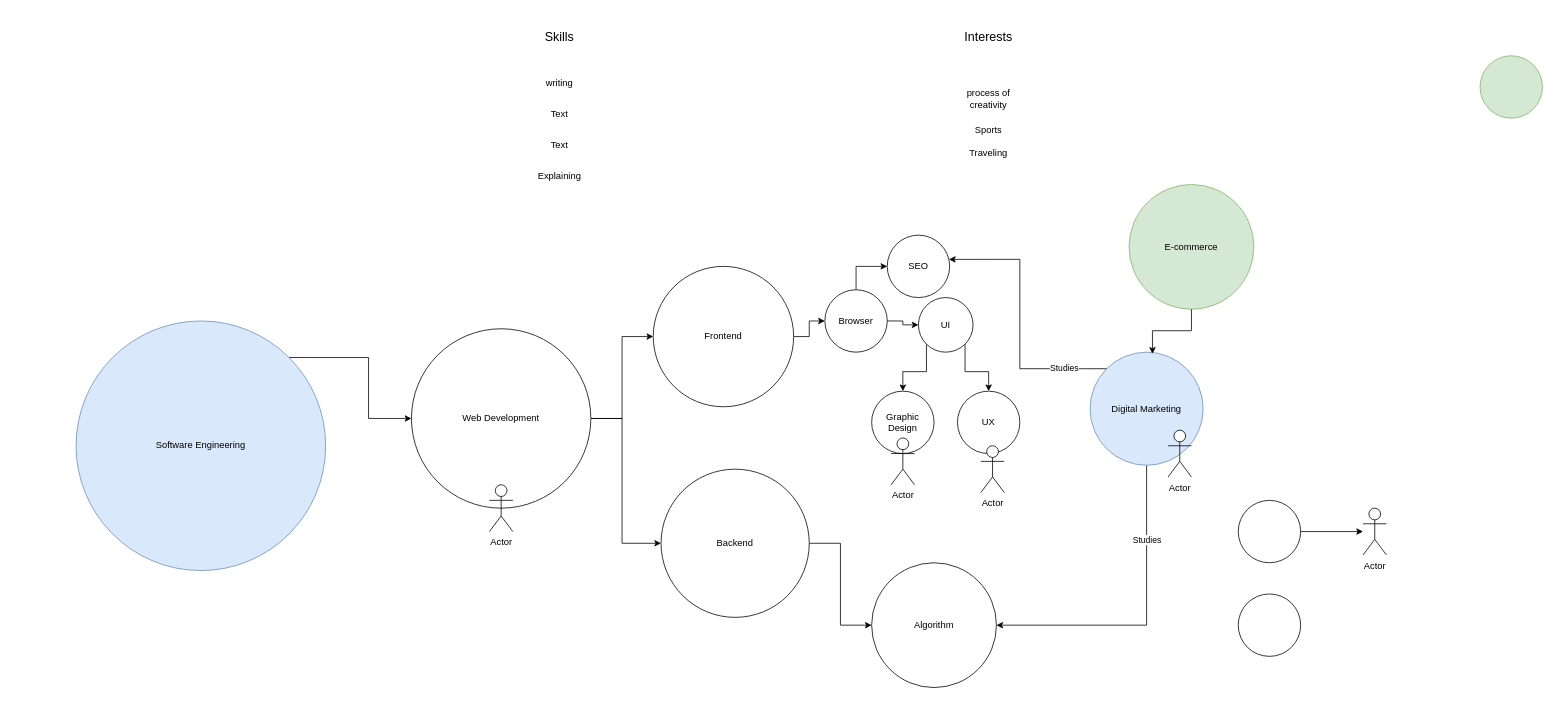
This is Career.drawio from Daimyo-Sama/qwerty, a draw.io file, before an edit. Source tidied: cells renumbered, new cells numbered last; positions are measured from the earlier drawing's top-left corner, leaving out a move shared by most shapes. Both pictures are drawn from the tidied source at 78%, with x=0, y=0 at pixel (76, 24).
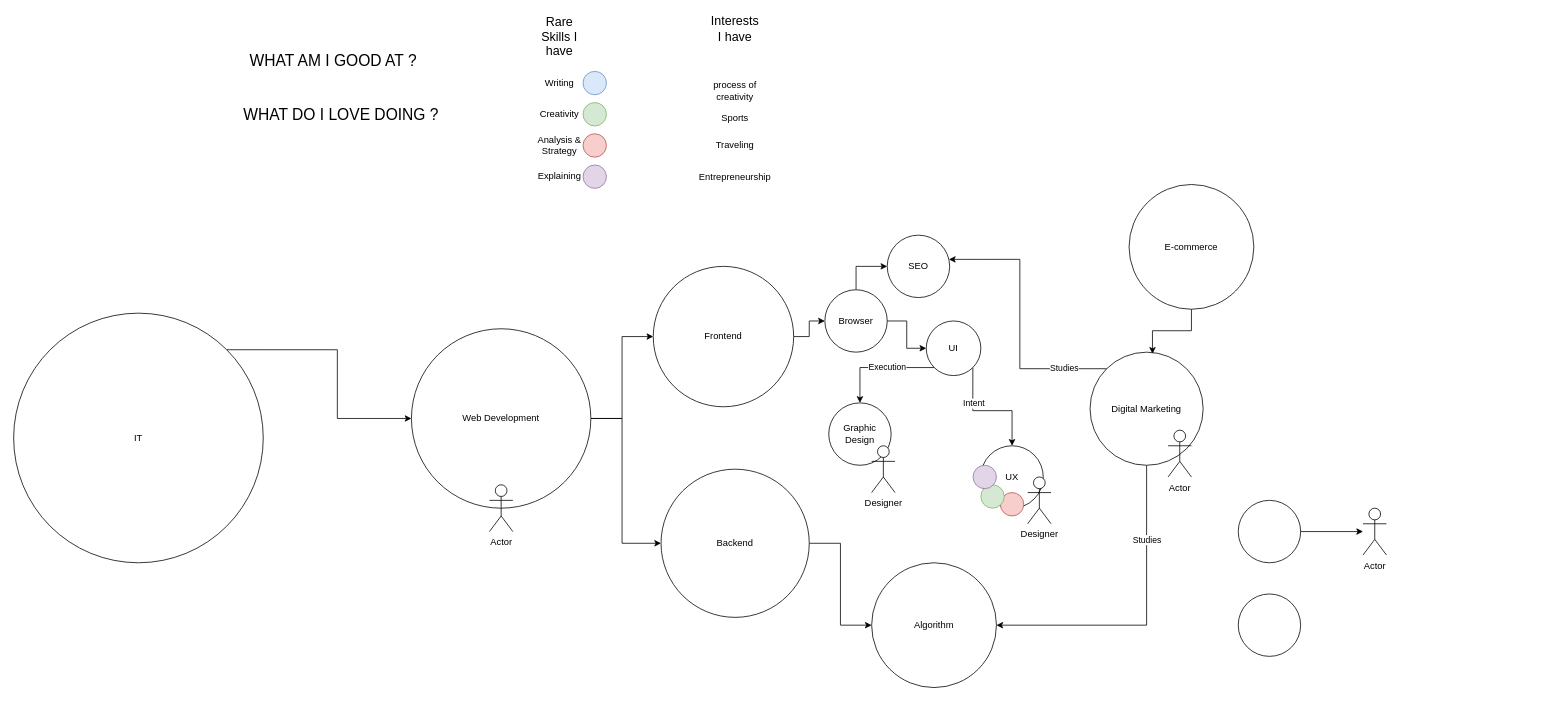
The same diagram, later.

Unchanged cells that the change refers to:
```xml
<mxCell id="23" style="edgeStyle=orthogonalEdgeStyle;rounded=0;jettySize=auto;html=1;exitX=0;exitY=1;exitDx=0;exitDy=0;entryX=0.5;entryY=0;entryDx=0;entryDy=0;" parent="1" edge="1" source="25" target="13">
  <mxGeometry relative="1" as="geometry" />
</mxCell>
<mxCell id="24" style="edgeStyle=orthogonalEdgeStyle;rounded=0;jettySize=auto;html=1;exitX=1;exitY=1;exitDx=0;exitDy=0;entryX=0.5;entryY=0;entryDx=0;entryDy=0;" parent="1" edge="1" source="25" target="7">
  <mxGeometry relative="1" as="geometry" />
</mxCell>
```

What changed in the source:
```diff
@@
-    <mxCell id="2" value="&lt;font style=&quot;font-size: 16px;&quot;&gt;Skills&lt;/font&gt;" style="text;html=1;align=center;verticalAlign=middle;whiteSpace=wrap;rounded=0;" parent="1" vertex="1">
+    <mxCell id="2" value="&lt;font style=&quot;font-size: 16px;&quot;&gt;Rare Skills I have&lt;/font&gt;" style="text;html=1;align=center;verticalAlign=middle;whiteSpace=wrap;rounded=0;" parent="1" vertex="1">
       <mxGeometry x="590" width="60" height="30" as="geometry" />
     </mxCell>
-    <mxCell id="3" value="&lt;font style=&quot;font-size: 16px;&quot;&gt;Interests&lt;/font&gt;" style="text;html=1;align=center;verticalAlign=middle;whiteSpace=wrap;rounded=0;" parent="1" vertex="1">
-      <mxGeometry x="1140" width="60" height="30" as="geometry" />
+    <mxCell id="3" value="&lt;font style=&quot;font-size: 16px;&quot;&gt;Interests I have&lt;/font&gt;" style="text;html=1;align=center;verticalAlign=middle;whiteSpace=wrap;rounded=0;" parent="1" vertex="1">
+      <mxGeometry x="815" y="-10" width="60" height="30" as="geometry" />
     </mxCell>
@@
-    <mxCell id="6" value="Digital Marketing" style="ellipse;whiteSpace=wrap;html=1;fillColor=#dae8fc;strokeColor=#6c8ebf;" parent="1" vertex="1">
+    <mxCell id="6" value="Digital Marketing" style="ellipse;whiteSpace=wrap;html=1;fillColor=#FFFFFF;strokeColor=#000000;" parent="1" vertex="1">
       <mxGeometry x="1300" y="420" width="145" height="145" as="geometry" />
     </mxCell>
     <mxCell id="7" value="UX" style="ellipse;whiteSpace=wrap;html=1;" parent="1" vertex="1">
-      <mxGeometry x="1130" y="470" width="80" height="80" as="geometry" />
+      <mxGeometry x="1160" y="540" width="80" height="80" as="geometry" />
     </mxCell>
@@
-    <mxCell id="10" value="E-commerce" style="ellipse;whiteSpace=wrap;html=1;fillColor=#d5e8d4;strokeColor=#82b366;" parent="1" vertex="1">
+    <mxCell id="10" value="E-commerce" style="ellipse;whiteSpace=wrap;html=1;fillColor=#FFFFFF;strokeColor=#000000;" parent="1" vertex="1">
       <mxGeometry x="1350" y="205" width="160" height="160" as="geometry" />
     </mxCell>
@@
     <mxCell id="13" value="Graphic Design" style="ellipse;whiteSpace=wrap;html=1;" parent="1" vertex="1">
-      <mxGeometry x="1020" y="470" width="80" height="80" as="geometry" />
+      <mxGeometry x="965" y="485" width="80" height="80" as="geometry" />
     </mxCell>
@@
-    <mxCell id="15" value="Text" style="text;html=1;align=center;verticalAlign=middle;whiteSpace=wrap;rounded=0;" parent="1" vertex="1">
-      <mxGeometry x="590" y="140" width="60" height="30" as="geometry" />
+    <mxCell id="15" value="Analysis &amp;amp; Strategy" style="text;html=1;align=center;verticalAlign=middle;whiteSpace=wrap;rounded=0;" parent="1" vertex="1">
+      <mxGeometry x="570" y="140" width="100" height="30" as="geometry" />
     </mxCell>
     <mxCell id="16" value="Sports" style="text;html=1;align=center;verticalAlign=middle;whiteSpace=wrap;rounded=0;" parent="1" vertex="1">
-      <mxGeometry x="1140" y="120" width="60" height="30" as="geometry" />
+      <mxGeometry x="815" y="110" width="60" height="20" as="geometry" />
     </mxCell>
-    <mxCell id="17" value="Text" style="text;html=1;align=center;verticalAlign=middle;whiteSpace=wrap;rounded=0;" parent="1" vertex="1">
+    <mxCell id="17" value="Creativity" style="text;html=1;align=center;verticalAlign=middle;whiteSpace=wrap;rounded=0;" parent="1" vertex="1">
       <mxGeometry x="590" y="100" width="60" height="30" as="geometry" />
     </mxCell>
-    <mxCell id="18" value="writing" style="text;html=1;align=center;verticalAlign=middle;whiteSpace=wrap;rounded=0;" parent="1" vertex="1">
+    <mxCell id="18" value="Writing" style="text;html=1;align=center;verticalAlign=middle;whiteSpace=wrap;rounded=0;" parent="1" vertex="1">
       <mxGeometry x="590" y="60" width="60" height="30" as="geometry" />
     </mxCell>
     <mxCell id="19" value="Traveling" style="text;html=1;align=center;verticalAlign=middle;whiteSpace=wrap;rounded=0;" parent="1" vertex="1">
-      <mxGeometry x="1140" y="150" width="60" height="30" as="geometry" />
+      <mxGeometry x="815" y="140" width="60" height="30" as="geometry" />
     </mxCell>
     <mxCell id="20" value="process of creativity" style="text;html=1;align=center;verticalAlign=middle;whiteSpace=wrap;rounded=0;" parent="1" vertex="1">
-      <mxGeometry x="1140" y="80" width="60" height="30" as="geometry" />
+      <mxGeometry x="815" y="70" width="60" height="30" as="geometry" />
     </mxCell>
@@
-    <mxCell id="22" value="Software Engineering" style="ellipse;whiteSpace=wrap;html=1;fillColor=#dae8fc;strokeColor=#6c8ebf;" parent="1" vertex="1">
-      <mxGeometry y="380" width="320" height="320" as="geometry" />
+    <mxCell id="22" value="IT" style="ellipse;whiteSpace=wrap;html=1;fillColor=#FFFFFF;strokeColor=#000000;" parent="1" vertex="1">
+      <mxGeometry x="-80" y="370" width="320" height="320" as="geometry" />
     </mxCell>
@@
+    <mxCell id="46" value="Execution" style="edgeLabel;html=1;align=center;verticalAlign=middle;" parent="23" vertex="1">
+      <mxGeometry x="-0.13" y="-1" relative="1" as="geometry" />
+    </mxCell>
@@
+    <mxCell id="47" value="Intent" style="edgeLabel;html=1;align=center;verticalAlign=middle;" parent="24" vertex="1">
+      <mxGeometry x="-0.39" y="1" relative="1" as="geometry" />
+    </mxCell>
     <mxCell id="25" value="UI" style="ellipse;whiteSpace=wrap;html=1;" parent="1" vertex="1">
-      <mxGeometry x="1080" y="350" width="70" height="70" as="geometry" />
+      <mxGeometry x="1090" y="380" width="70" height="70" as="geometry" />
     </mxCell>
@@
-    <mxCell id="37" style="ellipse;whiteSpace=wrap;html=1;fillColor=#d5e8d4;strokeColor=#82b366;" parent="1" vertex="1">
-      <mxGeometry x="1800" y="40" width="80" height="80" as="geometry" />
-    </mxCell>
@@
-    <mxCell id="43" value="Actor" style="shape=umlActor;verticalLabelPosition=bottom;verticalAlign=top;html=1;" parent="1" vertex="1">
-      <mxGeometry x="1160" y="540" width="30" height="60" as="geometry" />
+    <mxCell id="43" value="Designer" style="shape=umlActor;verticalLabelPosition=bottom;verticalAlign=top;html=1;" parent="1" vertex="1">
+      <mxGeometry x="1220" y="580" width="30" height="60" as="geometry" />
     </mxCell>
-    <mxCell id="44" value="Actor" style="shape=umlActor;verticalLabelPosition=bottom;verticalAlign=top;html=1;" parent="1" vertex="1">
-      <mxGeometry x="1045" y="530" width="30" height="60" as="geometry" />
+    <mxCell id="44" value="Designer" style="shape=umlActor;verticalLabelPosition=bottom;verticalAlign=top;html=1;" parent="1" vertex="1">
+      <mxGeometry x="1020" y="540" width="30" height="60" as="geometry" />
     </mxCell>
@@
+    <mxCell id="48" value="&lt;font style=&quot;font-size: 20px;&quot;&gt;WHAT AM I GOOD AT ?&lt;/font&gt;" style="text;html=1;align=center;verticalAlign=middle;whiteSpace=wrap;rounded=0;" parent="1" vertex="1">
+      <mxGeometry x="200" y="30" width="260" height="30" as="geometry" />
+    </mxCell>
+    <mxCell id="49" value="&lt;font style=&quot;font-size: 20px;&quot;&gt;WHAT DO I LOVE DOING ?&lt;/font&gt;" style="text;html=1;align=center;verticalAlign=middle;whiteSpace=wrap;rounded=0;" parent="1" vertex="1">
+      <mxGeometry x="210" y="100" width="260" height="30" as="geometry" />
+    </mxCell>
+    <mxCell id="50" style="ellipse;whiteSpace=wrap;html=1;fillColor=#e1d5e7;strokeColor=#9673a6;" parent="1" vertex="1">
+      <mxGeometry x="650" y="180" width="30" height="30" as="geometry" />
+    </mxCell>
+    <mxCell id="51" style="ellipse;whiteSpace=wrap;html=1;fillColor=#f8cecc;strokeColor=#b85450;" parent="1" vertex="1">
+      <mxGeometry x="650" y="140" width="30" height="30" as="geometry" />
+    </mxCell>
+    <mxCell id="52" style="ellipse;whiteSpace=wrap;html=1;fillColor=#d5e8d4;strokeColor=#82b366;" parent="1" vertex="1">
+      <mxGeometry x="650" y="100" width="30" height="30" as="geometry" />
+    </mxCell>
+    <mxCell id="53" style="ellipse;whiteSpace=wrap;html=1;fillColor=#dae8fc;strokeColor=#6c8ebf;" parent="1" vertex="1">
+      <mxGeometry x="650" y="60" width="30" height="30" as="geometry" />
+    </mxCell>
+    <mxCell id="54" style="ellipse;whiteSpace=wrap;html=1;fillColor=#f8cecc;strokeColor=#b85450;" parent="1" vertex="1">
+      <mxGeometry x="1185" y="600" width="30" height="30" as="geometry" />
+    </mxCell>
+    <mxCell id="55" style="ellipse;whiteSpace=wrap;html=1;fillColor=#d5e8d4;strokeColor=#82b366;" parent="1" vertex="1">
+      <mxGeometry x="1160" y="590" width="30" height="30" as="geometry" />
+    </mxCell>
+    <mxCell id="56" style="ellipse;whiteSpace=wrap;html=1;fillColor=#e1d5e7;strokeColor=#9673a6;" parent="1" vertex="1">
+      <mxGeometry x="1150" y="565" width="30" height="30" as="geometry" />
+    </mxCell>
+    <mxCell id="57" value="Entrepreneurship" style="text;html=1;align=center;verticalAlign=middle;whiteSpace=wrap;rounded=0;" parent="1" vertex="1">
+      <mxGeometry x="815" y="181" width="60" height="30" as="geometry" />
+    </mxCell>
```
